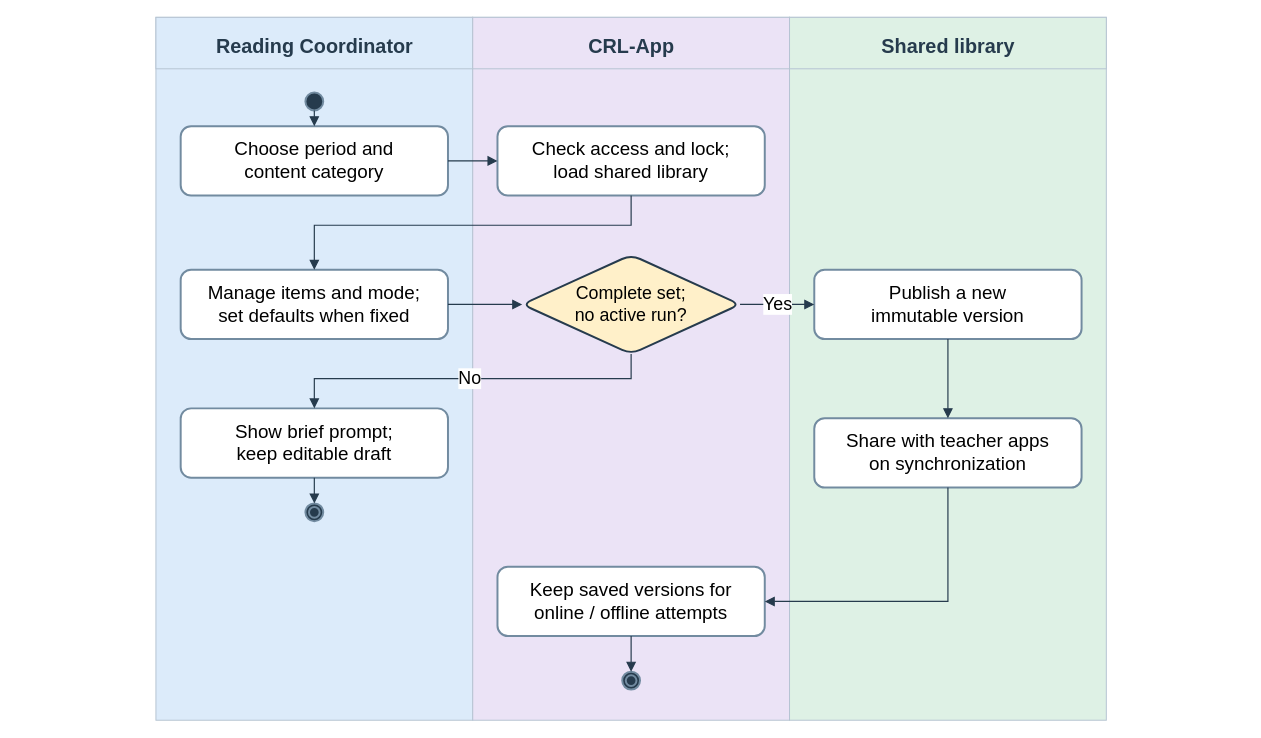
The draw.io diagram docs/diagrams/class-workspaces/figure-17-content-management.drawio in AkuSayangKamuJudaSayang/crl-app, before the edit. Source tidied: cells renumbered, new cells numbered last; positions are measured from the earlier drawing's top-left corner, leaving out a move shared by most shapes. Both pictures are drawn from the tidied source at 99%, with x=0, y=0 at pixel (17, 17).
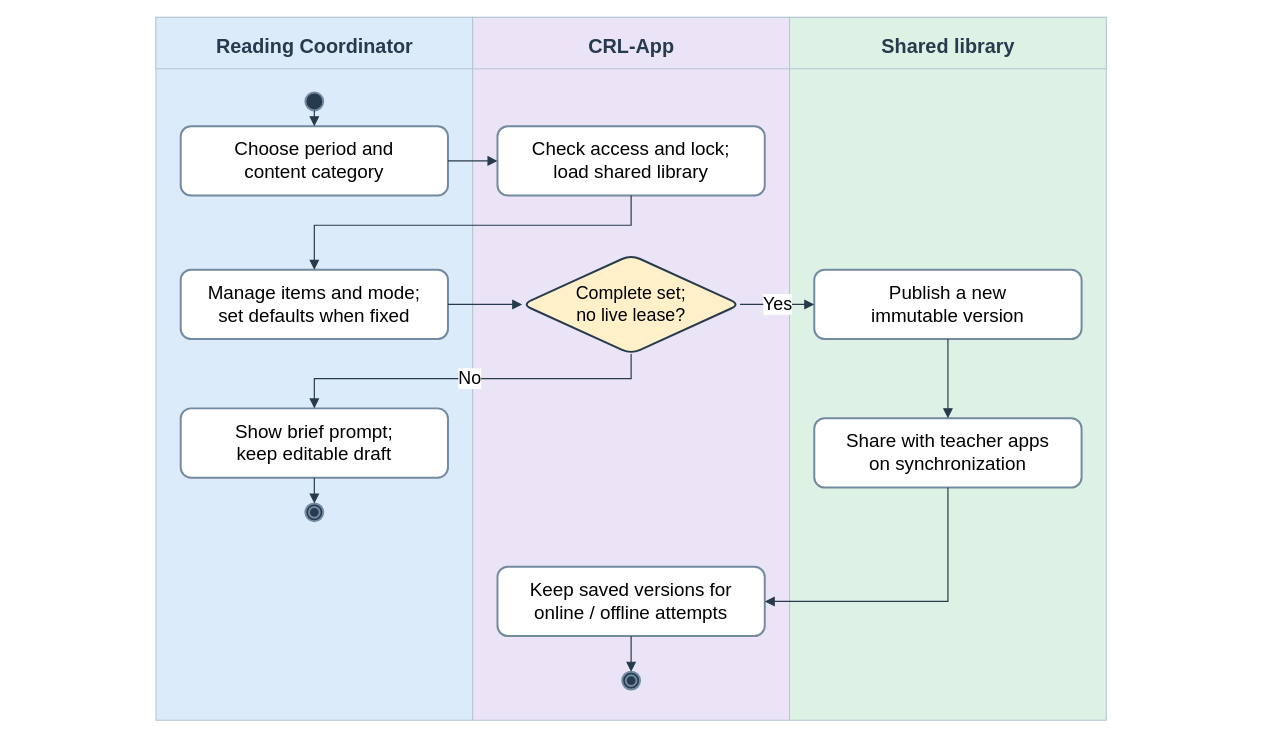
The same page after the edit.

Change to the diagram source:
```diff
@@
-    <mxCell id="15" value="Complete set;&lt;br&gt;no active run?" style="rounded=1;whiteSpace=wrap;html=1;fontFamily=Arial;fillColor=#ffffff;strokeColor=#728ba0;strokeWidth=2;fontSize=19;shape=rhombus;strokeColor=#263b4d;fillColor=#fff0c9;fontSize=18;" parent="1" vertex="1">
+    <mxCell id="15" value="Complete set;&lt;br&gt;no live lease?" style="rounded=1;whiteSpace=wrap;html=1;fontFamily=Arial;fillColor=#ffffff;strokeColor=#728ba0;strokeWidth=2;fontSize=19;shape=rhombus;strokeColor=#263b4d;fillColor=#fff0c9;fontSize=18;" parent="1" vertex="1">
       <mxGeometry x="510" y="240" width="220" height="100" as="geometry" />
     </mxCell>
```
